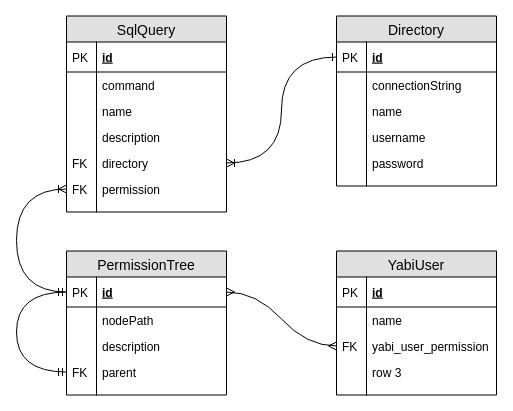
Above: images/diagramas/er.drawio in hydrocat/Master-Project (draw.io), before the change. Source tidied: cells renumbered, new cells numbered last; positions are measured from the earlier drawing's top-left corner, leaving out a move shared by most shapes. Both pictures are drawn from the tidied source at 100%, with x=0, y=0 at pixel (16, 16).
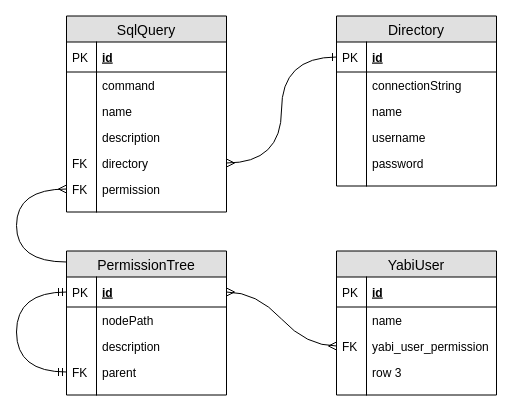
The same diagram, later.

The change refers to these unchanged cells:
```xml
<mxCell id="2" value="PermissionTree" style="swimlane;fontStyle=0;horizontal=1;startSize=26;fillColor=#e0e0e0;swimlaneFillColor=#ffffff;align=center;fontSize=14;" parent="1" vertex="1">
  <mxGeometry x="50" y="234.5" width="160" height="144" as="geometry" />
</mxCell>
<mxCell id="3" value="id" style="shape=partialRectangle;top=0;left=0;right=0;bottom=1;align=left;verticalAlign=middle;fillColor=none;spacingLeft=34;spacingRight=4;overflow=hidden;points=[[0,0.5],[1,0.5]];portConstraint=eastwest;fontStyle=5;fontSize=12;" parent="2" vertex="1">
  <mxGeometry y="26" width="160" height="30" as="geometry" />
</mxCell>
<mxCell id="26" value="id" style="shape=partialRectangle;top=0;left=0;right=0;bottom=1;align=left;verticalAlign=middle;fillColor=none;spacingLeft=34;spacingRight=4;overflow=hidden;points=[[0,0.5],[1,0.5]];portConstraint=eastwest;fontStyle=5;fontSize=12;" parent="25" vertex="1">
  <mxGeometry y="26" width="160" height="30" as="geometry" />
</mxCell>
<mxCell id="47" value="directory" style="shape=partialRectangle;top=0;left=0;right=0;bottom=0;align=left;verticalAlign=top;fillColor=none;spacingLeft=34;spacingRight=4;overflow=hidden;points=[[0,0.5],[1,0.5]];portConstraint=eastwest;fontSize=12;" parent="38" vertex="1">
  <mxGeometry y="134" width="160" height="26" as="geometry" />
</mxCell>
<mxCell id="49" value="permission" style="shape=partialRectangle;top=0;left=0;right=0;bottom=0;align=left;verticalAlign=top;fillColor=none;spacingLeft=34;spacingRight=4;overflow=hidden;points=[[0,0.5],[1,0.5]];portConstraint=eastwest;fontSize=12;" parent="38" vertex="1">
  <mxGeometry y="160" width="160" height="26" as="geometry" />
</mxCell>
```

The edit, as a diff of the source:
```diff
@@
-    <mxCell id="54" style="edgeStyle=elbowEdgeStyle;fontSize=12;html=1;endArrow=ERoneToMany;curved=1;" parent="1" edge="1" source="3" target="49">
+    <mxCell id="54" style="edgeStyle=elbowEdgeStyle;fontSize=12;html=1;endArrow=ERmany;curved=1;endFill=0;" parent="1" edge="1" source="2" target="49">
       <mxGeometry relative="1" as="geometry">
         <Array as="points">
           <mxPoint y="245.5" />
         </Array>
       </mxGeometry>
     </mxCell>
-    <mxCell id="55" style="edgeStyle=elbowEdgeStyle;fontSize=12;html=1;endArrow=ERoneToMany;exitX=0;exitY=0.5;exitDx=0;exitDy=0;startArrow=ERone;startFill=0;curved=1;" parent="1" edge="1" source="26" target="47">
+    <mxCell id="55" style="edgeStyle=elbowEdgeStyle;fontSize=12;html=1;endArrow=ERmany;exitX=0;exitY=0.5;exitDx=0;exitDy=0;startArrow=ERone;startFill=0;curved=1;endFill=0;" parent="1" edge="1" source="26" target="47">
       <mxGeometry relative="1" as="geometry" />
     </mxCell>
```
